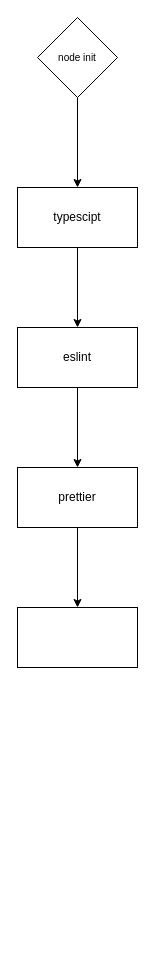
KhushiCode14/ApiLearn keeps this draw.io diagram as learn.drawio. Above is the earlier version. Source tidied: cells renumbered, new cells numbered last; positions are measured from the earlier drawing's top-left corner, leaving out a move shared by most shapes. Both pictures are drawn from the tidied source at 100%, with x=0, y=0 at pixel (17, 17).
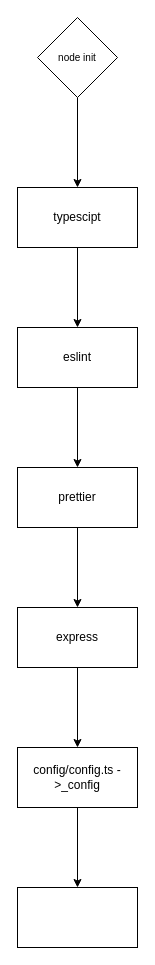
The same diagram, later.

Change to the diagram source:
```diff
@@
 <mxGraphModel>
   <root>
     <mxCell id="0" />
     <mxCell id="1" parent="0" />
     <mxCell id="2" style="edgeStyle=none;html=1;" parent="1" edge="1" source="3" target="5">
       <mxGeometry relative="1" as="geometry" />
     </mxCell>
     <mxCell id="3" value="&lt;font size=&quot;1&quot;&gt;node init&lt;/font&gt;" style="rhombus;whiteSpace=wrap;html=1;" parent="1" vertex="1">
       <mxGeometry x="20" width="80" height="80" as="geometry" />
     </mxCell>
     <mxCell id="4" style="edgeStyle=none;html=1;" parent="1" edge="1" source="5" target="7">
       <mxGeometry relative="1" as="geometry" />
     </mxCell>
     <mxCell id="5" value="typescipt" style="whiteSpace=wrap;html=1;" parent="1" vertex="1">
       <mxGeometry y="170" width="120" height="60" as="geometry" />
     </mxCell>
     <mxCell id="6" style="edgeStyle=none;html=1;" parent="1" edge="1" source="7" target="9">
       <mxGeometry relative="1" as="geometry" />
     </mxCell>
     <mxCell id="7" value="eslint" style="whiteSpace=wrap;html=1;" parent="1" vertex="1">
       <mxGeometry y="310" width="120" height="60" as="geometry" />
     </mxCell>
     <mxCell id="8" style="edgeStyle=none;html=1;fontSize=13;" parent="1" edge="1" source="9" target="10">
       <mxGeometry relative="1" as="geometry" />
     </mxCell>
     <mxCell id="9" value="prettier" style="whiteSpace=wrap;html=1;" parent="1" vertex="1">
       <mxGeometry y="450" width="120" height="60" as="geometry" />
     </mxCell>
+    <mxCell id="11" style="edgeStyle=none;html=1;fontSize=13;" parent="1" edge="1" source="10" target="13">
+      <mxGeometry relative="1" as="geometry" />
+    </mxCell>
-    <mxCell id="10" style="whiteSpace=wrap;html=1;" parent="1" vertex="1">
+    <mxCell id="10" value="express" style="whiteSpace=wrap;html=1;" parent="1" vertex="1">
       <mxGeometry y="590" width="120" height="60" as="geometry" />
     </mxCell>
+    <mxCell id="12" style="edgeStyle=none;html=1;fontSize=13;" parent="1" edge="1" source="13" target="14">
+      <mxGeometry relative="1" as="geometry" />
+    </mxCell>
+    <mxCell id="13" value="config/config.ts -&amp;gt;_config" style="whiteSpace=wrap;html=1;" parent="1" vertex="1">
+      <mxGeometry y="730" width="120" height="60" as="geometry" />
+    </mxCell>
+    <mxCell id="14" style="whiteSpace=wrap;html=1;" parent="1" vertex="1">
+      <mxGeometry y="870" width="120" height="60" as="geometry" />
+    </mxCell>
   </root>
 </mxGraphModel>
```
